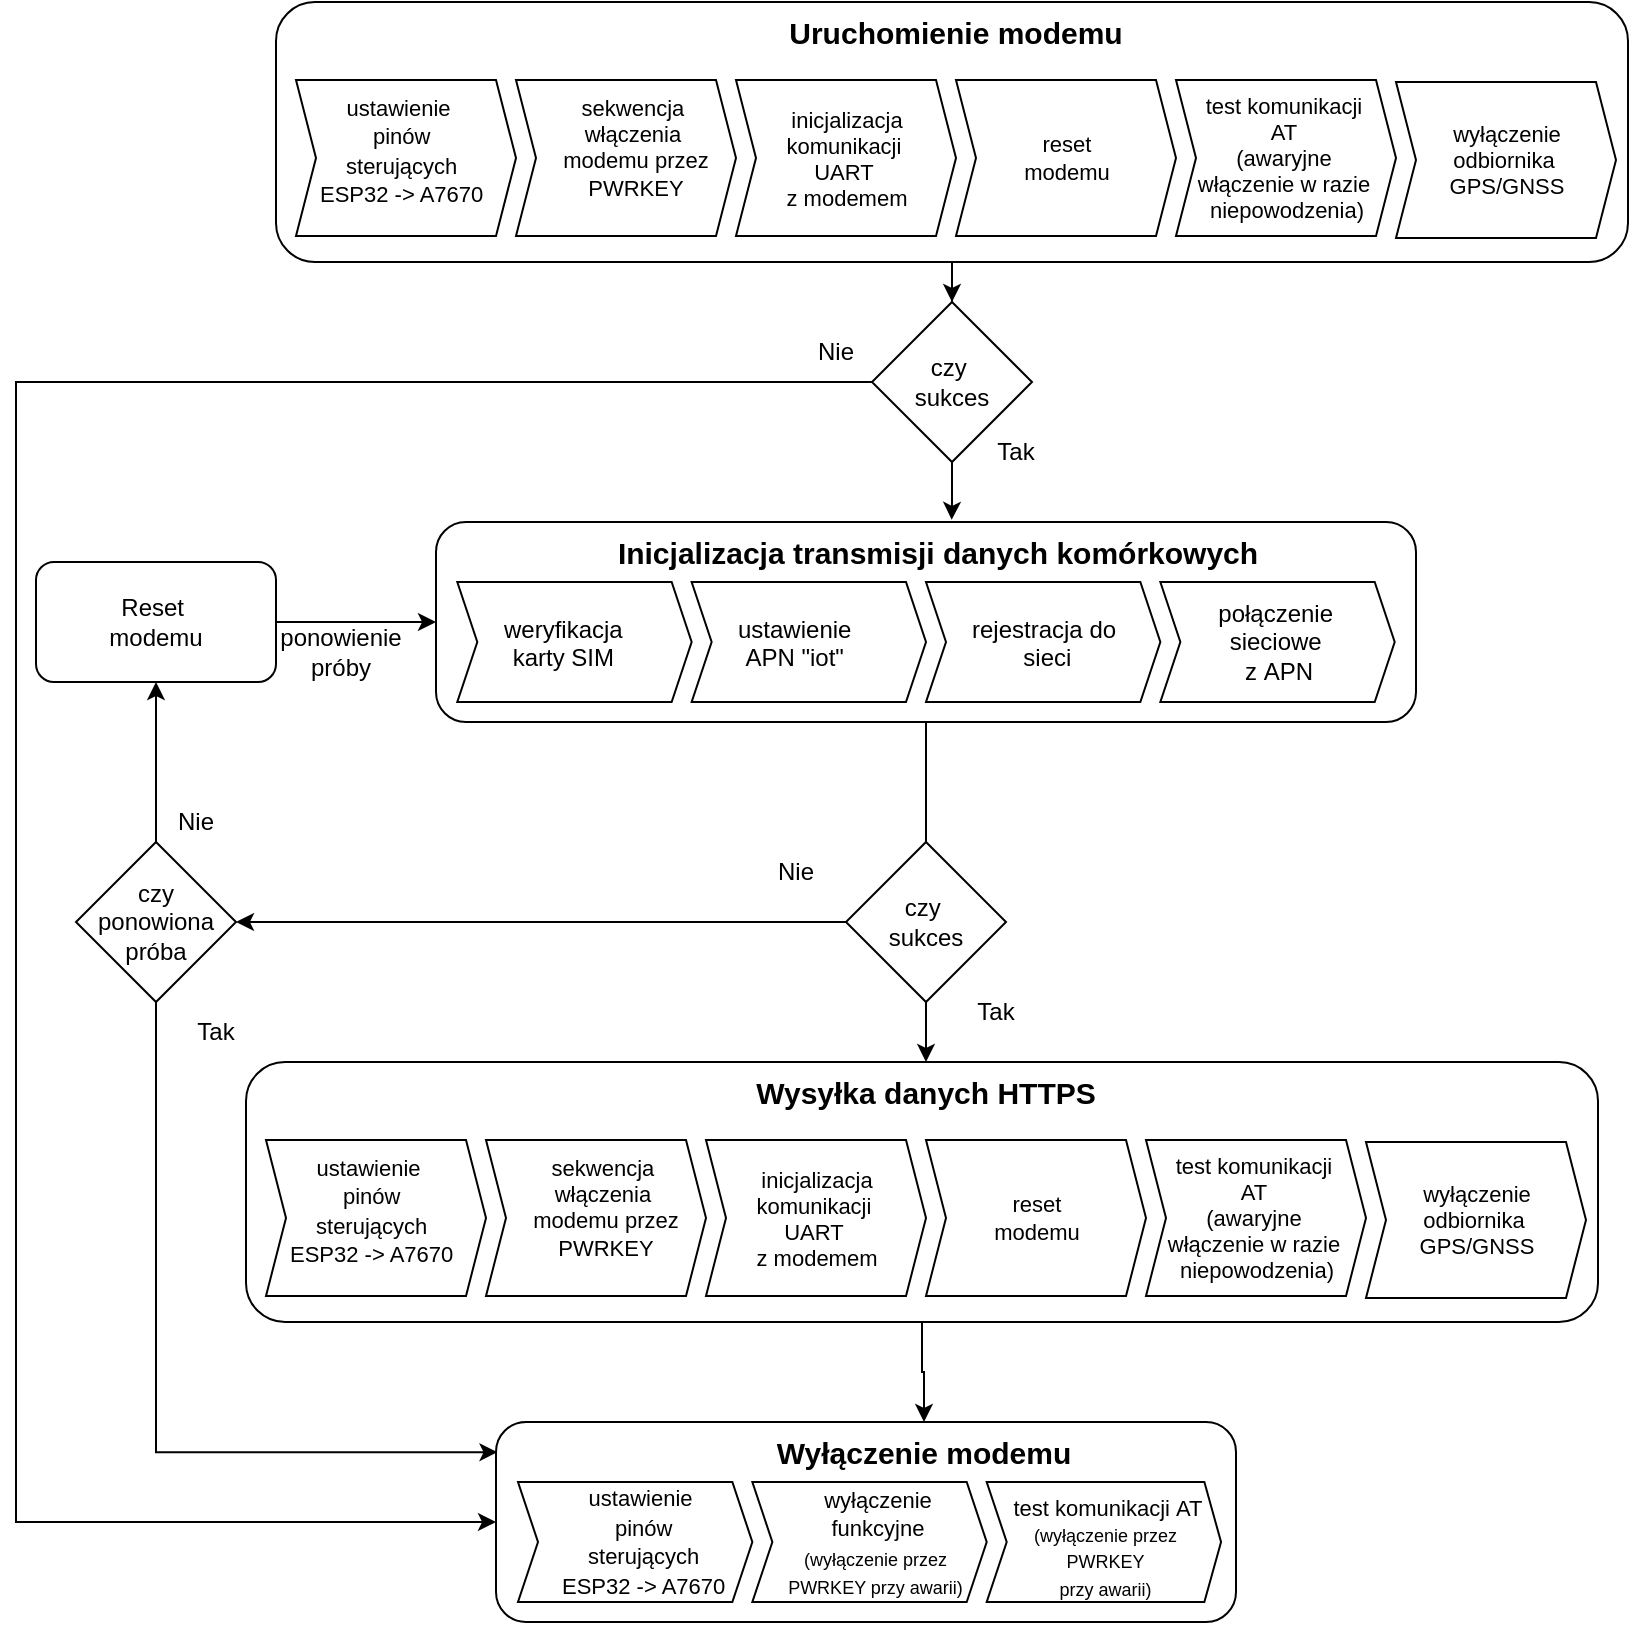
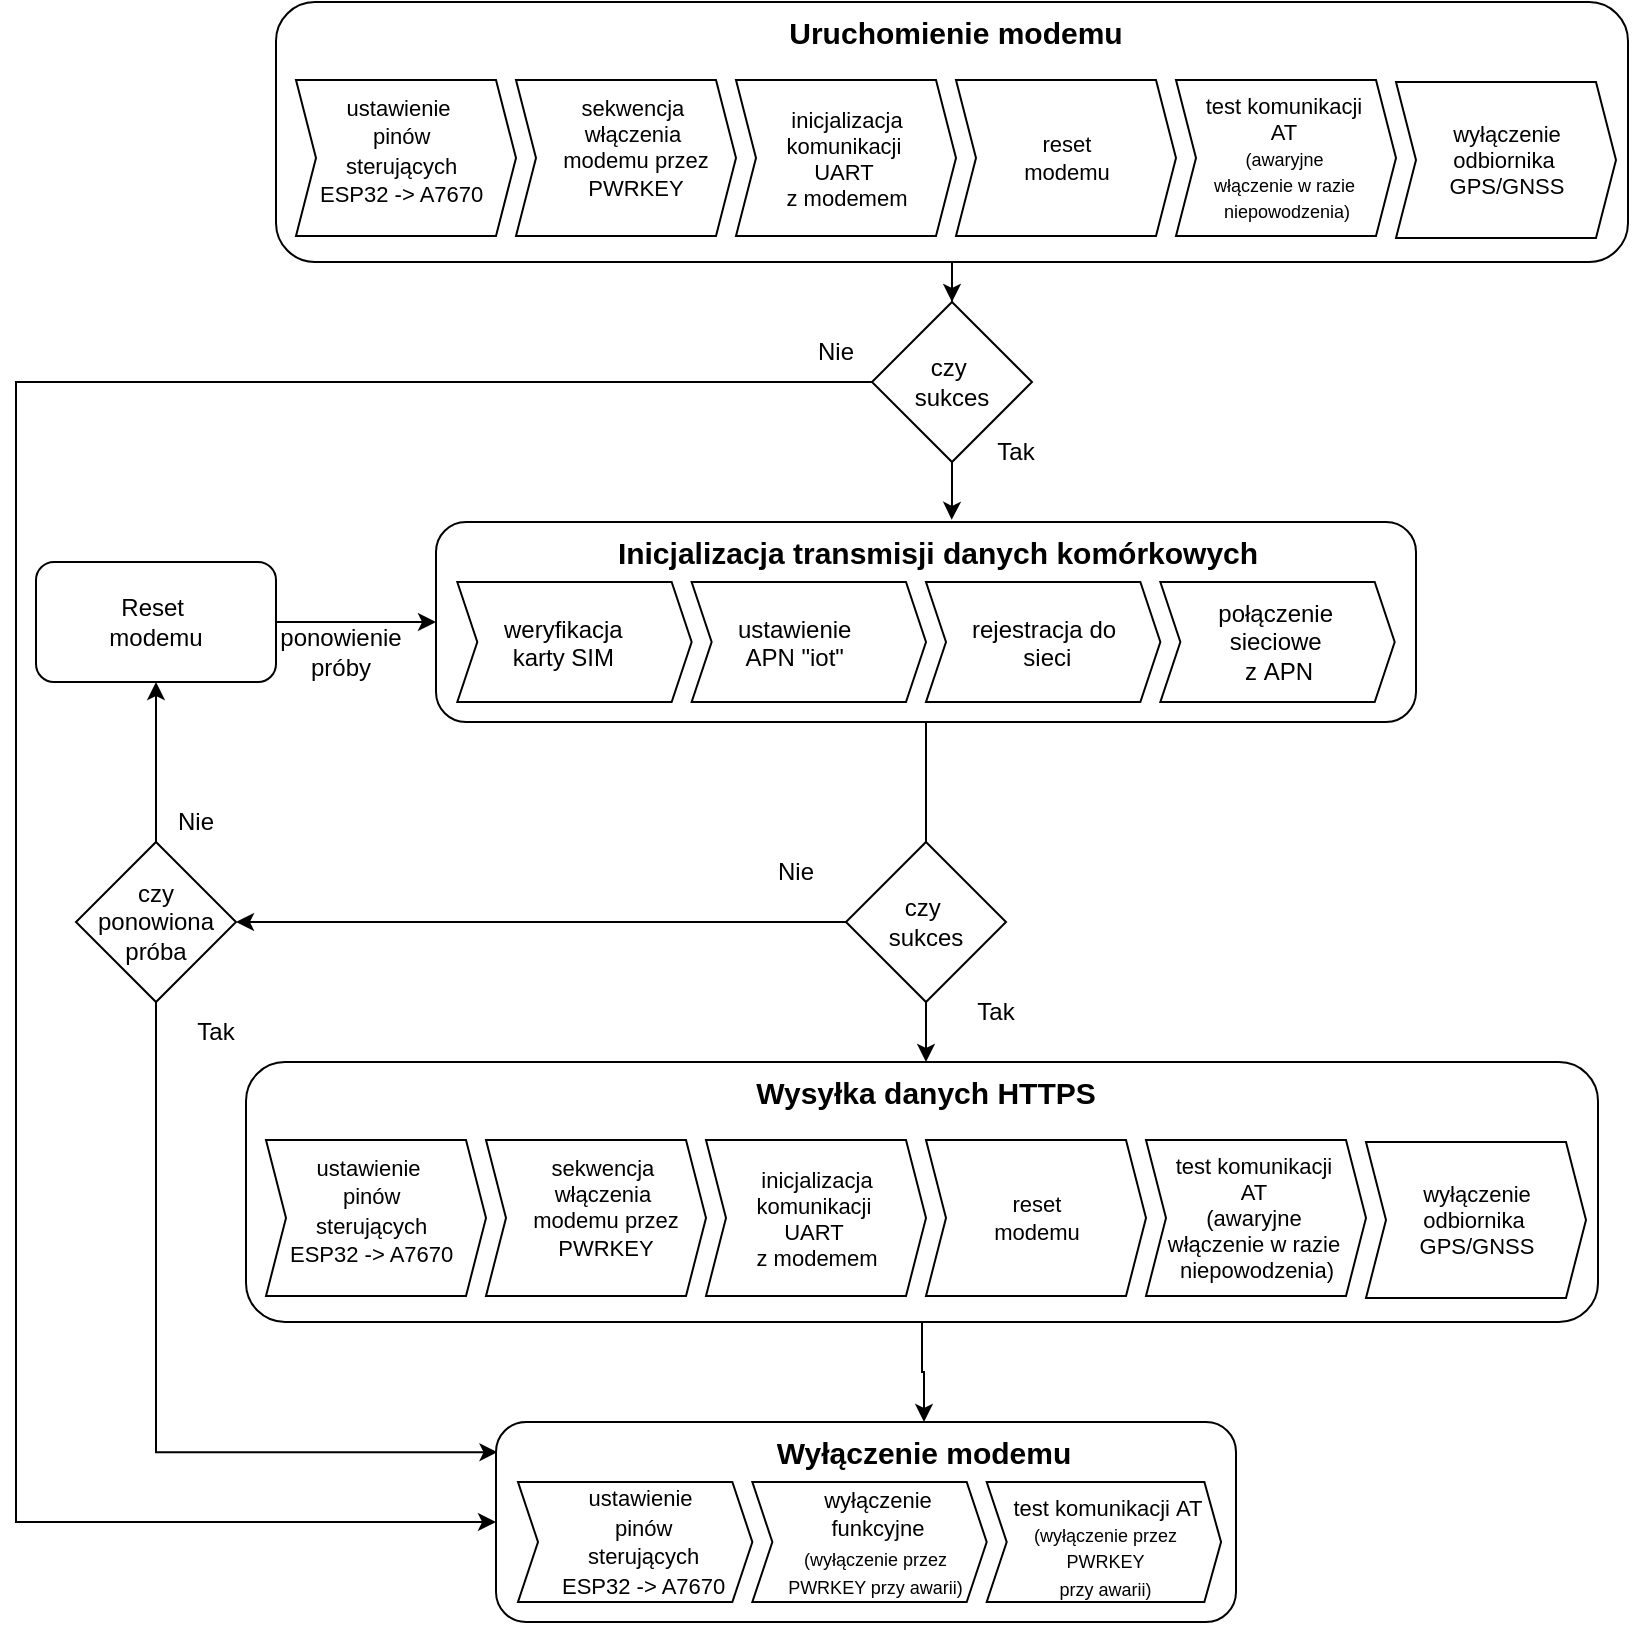
<mxfile host="app.diagrams.net">
  <diagram name="Strona-1" id="qUiWrLwNQSNPpPlMcjFA">
    <mxGraphModel dx="578" dy="1732" grid="1" gridSize="10" guides="1" tooltips="1" connect="1" arrows="1" fold="1" page="1" pageScale="1" pageWidth="827" pageHeight="1169" math="0" shadow="0">
      <root>
        <mxCell id="0" />
        <mxCell id="1" parent="0" />
        <mxCell id="zzqq1YDTvUKB0URQ00NY-44" connectable="0" parent="1" style="group" value="" vertex="1">
          <mxGeometry height="100" width="490.6521739130435" x="650" y="110" as="geometry" />
        </mxCell>
        <mxCell id="zzqq1YDTvUKB0URQ00NY-41" parent="zzqq1YDTvUKB0URQ00NY-44" style="rounded=1;whiteSpace=wrap;html=1;fillColor=none;" value="" vertex="1">
          <mxGeometry height="100" width="490.0000000000001" as="geometry" />
        </mxCell>
        <mxCell id="zzqq1YDTvUKB0URQ00NY-43" connectable="0" parent="zzqq1YDTvUKB0URQ00NY-44" style="group" value="" vertex="1">
          <mxGeometry height="90" width="480" x="10.65217391304348" as="geometry" />
        </mxCell>
        <mxCell id="zzqq1YDTvUKB0URQ00NY-32" parent="zzqq1YDTvUKB0URQ00NY-43" style="html=1;shadow=0;dashed=0;align=center;verticalAlign=middle;shape=mxgraph.arrows2.arrow;dy=0;dx=10;notch=10;" value="" vertex="1">
          <mxGeometry height="60" width="117.17391304347828" y="30" as="geometry" />
        </mxCell>
        <mxCell id="zzqq1YDTvUKB0URQ00NY-34" parent="zzqq1YDTvUKB0URQ00NY-43" style="text;whiteSpace=wrap;html=1;" value="&lt;span style=&quot;caret-color: rgb(0, 0, 0); color: rgb(0, 0, 0); font-family: Helvetica; font-size: 12.000001px; font-style: normal; font-variant-caps: normal; font-weight: 400; letter-spacing: normal; orphans: 2; text-align: center; text-indent: 0px; text-transform: none; white-space: nowrap; widows: 2; word-spacing: 0px; -webkit-text-stroke-width: 0px; text-decoration-line: none; text-decoration-thickness: auto; text-decoration-style: solid;&quot;&gt;weryfikacja&lt;/span&gt;&lt;div style=&quot;caret-color: rgb(0, 0, 0); color: rgb(0, 0, 0); font-family: Helvetica; font-size: 12.000001px; font-style: normal; font-variant-caps: normal; font-weight: 400; letter-spacing: normal; orphans: 2; text-align: center; text-indent: 0px; text-transform: none; white-space: nowrap; widows: 2; word-spacing: 0px; -webkit-text-stroke-width: 0px; text-decoration-line: none; text-decoration-thickness: auto; text-decoration-style: solid;&quot;&gt;karty SIM&lt;/div&gt;" vertex="1">
          <mxGeometry height="50" width="95.86956521739131" x="21.30434782608696" y="40" as="geometry" />
        </mxCell>
        <mxCell id="zzqq1YDTvUKB0URQ00NY-35" parent="zzqq1YDTvUKB0URQ00NY-43" style="html=1;shadow=0;dashed=0;align=center;verticalAlign=middle;shape=mxgraph.arrows2.arrow;dy=0;dx=10;notch=10;" value="" vertex="1">
          <mxGeometry height="60" width="117.17391304347828" x="117.17391304347828" y="30" as="geometry" />
        </mxCell>
        <mxCell id="zzqq1YDTvUKB0URQ00NY-36" parent="zzqq1YDTvUKB0URQ00NY-43" style="text;whiteSpace=wrap;html=1;" value="&lt;div style=&quot;text-align: center;&quot;&gt;&lt;span style=&quot;font-size: 12px; caret-color: rgb(0, 0, 0); text-wrap-mode: nowrap;&quot;&gt;&lt;font color=&quot;#000000&quot;&gt;ustawienie&lt;/font&gt;&lt;/span&gt;&lt;/div&gt;&lt;div style=&quot;text-align: center;&quot;&gt;&lt;span style=&quot;font-size: 12px; caret-color: rgb(0, 0, 0); text-wrap-mode: nowrap;&quot;&gt;&lt;font color=&quot;#000000&quot;&gt;APN&amp;nbsp;&lt;/font&gt;&lt;/span&gt;&lt;span style=&quot;font-size: 12px; white-space: nowrap;&quot;&gt;&quot;iot&quot;&lt;/span&gt;&lt;/div&gt;" vertex="1">
          <mxGeometry height="50" width="95.86956521739131" x="138.47826086956525" y="40" as="geometry" />
        </mxCell>
        <mxCell id="zzqq1YDTvUKB0URQ00NY-37" parent="zzqq1YDTvUKB0URQ00NY-43" style="html=1;shadow=0;dashed=0;align=center;verticalAlign=middle;shape=mxgraph.arrows2.arrow;dy=0;dx=10;notch=10;" value="" vertex="1">
          <mxGeometry height="60" width="117.17391304347828" x="234.34782608695656" y="30" as="geometry" />
        </mxCell>
        <mxCell id="zzqq1YDTvUKB0URQ00NY-38" parent="zzqq1YDTvUKB0URQ00NY-43" style="text;whiteSpace=wrap;html=1;" value="&lt;div style=&quot;text-align: center;&quot;&gt;&lt;span style=&quot;caret-color: rgb(0, 0, 0); text-wrap-mode: nowrap;&quot;&gt;rejestracja do&amp;nbsp;&lt;/span&gt;&lt;/div&gt;&lt;div style=&quot;text-align: center;&quot;&gt;&lt;span style=&quot;caret-color: rgb(0, 0, 0); text-wrap-mode: nowrap;&quot;&gt;sieci&lt;/span&gt;&lt;/div&gt;" vertex="1">
          <mxGeometry height="50" width="95.86956521739131" x="255.6521739130435" y="40" as="geometry" />
        </mxCell>
        <mxCell id="zzqq1YDTvUKB0URQ00NY-39" parent="zzqq1YDTvUKB0URQ00NY-43" style="html=1;shadow=0;dashed=0;align=center;verticalAlign=middle;shape=mxgraph.arrows2.arrow;dy=0;dx=10;notch=10;" value="połączenie&amp;nbsp;&lt;div&gt;sieciowe&amp;nbsp;&lt;/div&gt;&lt;div&gt;z&amp;nbsp;&lt;span style=&quot;font-size: 12px;&quot;&gt;APN&lt;/span&gt;&lt;/div&gt;" vertex="1">
          <mxGeometry height="60" width="117.17391304347828" x="351.52173913043487" y="30" as="geometry" />
        </mxCell>
        <mxCell id="zzqq1YDTvUKB0URQ00NY-42" parent="zzqq1YDTvUKB0URQ00NY-43" style="text;whiteSpace=wrap;html=1;align=center;" value="&lt;div style=&quot;&quot;&gt;&lt;span style=&quot;&quot;&gt;&lt;b&gt;&lt;font style=&quot;font-size: 15px;&quot;&gt;Inicjalizacja transmisji danych komórkowych&lt;/font&gt;&lt;/b&gt;&lt;/span&gt;&lt;br&gt;&lt;/div&gt;" vertex="1">
          <mxGeometry height="50" width="480" as="geometry" />
        </mxCell>
        <mxCell id="zzqq1YDTvUKB0URQ00NY-64" connectable="0" parent="1" style="group" value="" vertex="1">
          <mxGeometry height="130" width="680" x="570" y="-150" as="geometry" />
        </mxCell>
        <mxCell id="zzqq1YDTvUKB0URQ00NY-47" parent="zzqq1YDTvUKB0URQ00NY-64" style="rounded=1;whiteSpace=wrap;html=1;fillColor=none;" value="" vertex="1">
          <mxGeometry height="130" width="676" as="geometry" />
        </mxCell>
        <mxCell id="zzqq1YDTvUKB0URQ00NY-63" connectable="0" parent="zzqq1YDTvUKB0URQ00NY-64" style="group" value="" vertex="1">
          <mxGeometry height="118" width="670" x="10" as="geometry" />
        </mxCell>
        <mxCell id="zzqq1YDTvUKB0URQ00NY-48" connectable="0" parent="zzqq1YDTvUKB0URQ00NY-63" style="group" value="" vertex="1">
          <mxGeometry height="117" width="670" as="geometry" />
        </mxCell>
        <mxCell id="zzqq1YDTvUKB0URQ00NY-49" parent="zzqq1YDTvUKB0URQ00NY-48" style="html=1;shadow=0;dashed=0;align=center;verticalAlign=middle;shape=mxgraph.arrows2.arrow;dy=0;dx=10;notch=10;" value="" vertex="1">
          <mxGeometry height="78" width="110" y="39" as="geometry" />
        </mxCell>
        <mxCell id="zzqq1YDTvUKB0URQ00NY-51" parent="zzqq1YDTvUKB0URQ00NY-48" style="html=1;shadow=0;dashed=0;align=center;verticalAlign=middle;shape=mxgraph.arrows2.arrow;dy=0;dx=10;notch=10;" value="" vertex="1">
          <mxGeometry height="78" width="110" x="110" y="39" as="geometry" />
        </mxCell>
        <mxCell id="zzqq1YDTvUKB0URQ00NY-52" parent="zzqq1YDTvUKB0URQ00NY-48" style="text;whiteSpace=wrap;html=1;fontSize=11;align=center;" value="&lt;div style=&quot;&quot;&gt;&lt;span style=&quot;caret-color: rgb(0, 0, 0); text-wrap-mode: nowrap;&quot;&gt;sekwencja&amp;nbsp;&lt;/span&gt;&lt;/div&gt;&lt;div style=&quot;&quot;&gt;&lt;span style=&quot;caret-color: rgb(0, 0, 0); text-wrap-mode: nowrap;&quot;&gt;włączenia&amp;nbsp;&lt;/span&gt;&lt;/div&gt;&lt;div style=&quot;&quot;&gt;&lt;span style=&quot;caret-color: rgb(0, 0, 0); text-wrap-mode: nowrap;&quot;&gt;modemu przez&lt;/span&gt;&lt;/div&gt;&lt;div style=&quot;&quot;&gt;&lt;span style=&quot;caret-color: rgb(0, 0, 0); text-wrap-mode: nowrap;&quot;&gt;PWRKEY&lt;/span&gt;&lt;/div&gt;&lt;div style=&quot;&quot;&gt;&lt;span style=&quot;caret-color: rgb(0, 0, 0); text-wrap-mode: nowrap;&quot;&gt;&lt;br&gt;&lt;/span&gt;&lt;/div&gt;&lt;div style=&quot;&quot;&gt;&lt;br&gt;&lt;/div&gt;" vertex="1">
          <mxGeometry height="77" width="120" x="110" y="40" as="geometry" />
        </mxCell>
        <mxCell id="zzqq1YDTvUKB0URQ00NY-53" parent="zzqq1YDTvUKB0URQ00NY-48" style="html=1;shadow=0;dashed=0;align=center;verticalAlign=middle;shape=mxgraph.arrows2.arrow;dy=0;dx=10;notch=10;" value="&lt;span style=&quot;font-size: 11px; float: none; display: inline !important; caret-color: rgb(0, 0, 0); color: rgb(0, 0, 0); text-decoration-color: currentcolor;&quot;&gt;inicjalizacja&lt;/span&gt;&lt;div style=&quot;font-size: 11px; white-space: normal; caret-color: rgb(0, 0, 0); color: rgb(0, 0, 0);&quot;&gt;&lt;span style=&quot;text-wrap-mode: nowrap;&quot;&gt;komunikacji&amp;nbsp;&lt;/span&gt;&lt;/div&gt;&lt;div style=&quot;font-size: 11px; white-space: normal; caret-color: rgb(0, 0, 0); color: rgb(0, 0, 0);&quot;&gt;&lt;span style=&quot;text-wrap-mode: nowrap;&quot;&gt;UART&amp;nbsp;&lt;/span&gt;&lt;/div&gt;&lt;div style=&quot;font-size: 11px; white-space: normal; caret-color: rgb(0, 0, 0); color: rgb(0, 0, 0);&quot;&gt;&lt;span style=&quot;text-wrap-mode: nowrap;&quot;&gt;z modemem&lt;/span&gt;&lt;/div&gt;" vertex="1">
          <mxGeometry height="78" width="110" x="220" y="39" as="geometry" />
        </mxCell>
        <mxCell id="zzqq1YDTvUKB0URQ00NY-55" parent="zzqq1YDTvUKB0URQ00NY-48" style="html=1;shadow=0;dashed=0;align=center;verticalAlign=middle;shape=mxgraph.arrows2.arrow;dy=0;dx=10;notch=10;fontSize=11;labelBackgroundColor=none;" value="reset&lt;div&gt;modemu&lt;/div&gt;" vertex="1">
          <mxGeometry height="78" width="110" x="330" y="39" as="geometry" />
        </mxCell>
        <mxCell id="zzqq1YDTvUKB0URQ00NY-56" parent="zzqq1YDTvUKB0URQ00NY-48" style="text;whiteSpace=wrap;html=1;align=center;" value="&lt;div style=&quot;&quot;&gt;&lt;b&gt;&lt;font style=&quot;font-size: 15px;&quot;&gt;Uruchomienie modemu&lt;/font&gt;&lt;/b&gt;&lt;/div&gt;" vertex="1">
          <mxGeometry height="65" width="680" x="-10" as="geometry" />
        </mxCell>
        <mxCell id="zzqq1YDTvUKB0URQ00NY-50" parent="zzqq1YDTvUKB0URQ00NY-48" style="text;whiteSpace=wrap;html=1;" value="&lt;div style=&quot;text-align: center;&quot;&gt;&lt;span style=&quot;text-wrap-mode: nowrap;&quot;&gt;&lt;font style=&quot;font-size: 11px;&quot;&gt;ustawienie&amp;nbsp;&lt;/font&gt;&lt;/span&gt;&lt;/div&gt;&lt;div style=&quot;text-align: center;&quot;&gt;&lt;span style=&quot;text-wrap-mode: nowrap;&quot;&gt;&lt;font style=&quot;font-size: 11px;&quot;&gt;pinów&lt;/font&gt;&lt;/span&gt;&lt;/div&gt;&lt;div style=&quot;text-align: center;&quot;&gt;&lt;span style=&quot;text-wrap-mode: nowrap;&quot;&gt;&lt;font style=&quot;font-size: 11px;&quot;&gt;&amp;nbsp;sterujących&amp;nbsp;&lt;/font&gt;&lt;/span&gt;&lt;/div&gt;&lt;div style=&quot;text-align: center;&quot;&gt;&lt;span style=&quot;font-size: 11px; text-wrap-mode: nowrap;&quot;&gt;ESP32 -&amp;gt; A7670&lt;/span&gt;&lt;/div&gt;&lt;div style=&quot;text-align: center;&quot;&gt;&lt;span style=&quot;text-wrap-mode: nowrap;&quot;&gt;&lt;br&gt;&lt;/span&gt;&lt;/div&gt;" vertex="1">
          <mxGeometry height="65" width="90" x="10" y="39" as="geometry" />
        </mxCell>
-         <mxCell id="zzqq1YDTvUKB0URQ00NY-58" parent="zzqq1YDTvUKB0URQ00NY-63" style="html=1;shadow=0;dashed=0;align=center;verticalAlign=middle;shape=mxgraph.arrows2.arrow;dy=0;dx=10;notch=10;fontSize=11;" value="test komunikacji&amp;nbsp;&lt;div&gt;AT&amp;nbsp;&lt;div&gt;(awaryjne&amp;nbsp;&lt;/div&gt;&lt;div&gt;włączenie w razie&amp;nbsp;&lt;/div&gt;&lt;div&gt;niepowodzenia)&lt;/div&gt;&lt;/div&gt;" vertex="1">
+         <mxCell id="zzqq1YDTvUKB0URQ00NY-58" parent="zzqq1YDTvUKB0URQ00NY-63" style="html=1;shadow=0;dashed=0;align=center;verticalAlign=middle;shape=mxgraph.arrows2.arrow;dy=0;dx=10;notch=10;fontSize=11;" value="test komunikacji&amp;nbsp;&lt;div&gt;AT&amp;nbsp;&lt;div&gt;&lt;font style=&quot;font-size: 9px;&quot;&gt;(awaryjne&amp;nbsp;&lt;/font&gt;&lt;/div&gt;&lt;div&gt;&lt;font style=&quot;font-size: 9px;&quot;&gt;włączenie w razie&amp;nbsp;&lt;/font&gt;&lt;/div&gt;&lt;div&gt;&lt;font style=&quot;font-size: 9px;&quot;&gt;niepowodzenia)&lt;/font&gt;&lt;/div&gt;&lt;/div&gt;" vertex="1">
          <mxGeometry height="78" width="110" x="440" y="39" as="geometry" />
        </mxCell>
        <mxCell id="zzqq1YDTvUKB0URQ00NY-59" parent="zzqq1YDTvUKB0URQ00NY-63" style="html=1;shadow=0;dashed=0;align=center;verticalAlign=middle;shape=mxgraph.arrows2.arrow;dy=0;dx=10;notch=10;fontSize=11;" value="wyłączenie&lt;div&gt;odbiornika&amp;nbsp;&lt;/div&gt;&lt;div&gt;GPS/GNSS&lt;/div&gt;" vertex="1">
          <mxGeometry height="78" width="110" x="550" y="40" as="geometry" />
        </mxCell>
        <mxCell id="zzqq1YDTvUKB0URQ00NY-69" edge="1" parent="1" source="zzqq1YDTvUKB0URQ00NY-65" style="edgeStyle=orthogonalEdgeStyle;rounded=0;orthogonalLoop=1;jettySize=auto;html=1;fontSize=13;entryX=0.515;entryY=-0.022;entryDx=0;entryDy=0;entryPerimeter=0;" target="zzqq1YDTvUKB0URQ00NY-42" value="">
          <mxGeometry relative="1" as="geometry" />
        </mxCell>
        <mxCell id="zzqq1YDTvUKB0URQ00NY-126" edge="1" parent="1" source="zzqq1YDTvUKB0URQ00NY-65" style="edgeStyle=orthogonalEdgeStyle;rounded=0;orthogonalLoop=1;jettySize=auto;html=1;entryX=0;entryY=0.5;entryDx=0;entryDy=0;" target="zzqq1YDTvUKB0URQ00NY-73">
          <mxGeometry relative="1" as="geometry">
            <Array as="points">
              <mxPoint x="440" y="40" />
              <mxPoint x="440" y="610" />
            </Array>
            <mxPoint x="430" y="730" as="targetPoint" />
          </mxGeometry>
        </mxCell>
        <mxCell id="zzqq1YDTvUKB0URQ00NY-65" parent="1" style="rhombus;whiteSpace=wrap;html=1;" value="czy&amp;nbsp;&lt;div&gt;sukces&lt;/div&gt;" vertex="1">
          <mxGeometry height="80" width="80" x="868" as="geometry" />
        </mxCell>
        <mxCell id="zzqq1YDTvUKB0URQ00NY-66" parent="1" style="text;html=1;whiteSpace=wrap;strokeColor=none;fillColor=none;align=center;verticalAlign=middle;rounded=0;" value="Nie" vertex="1">
          <mxGeometry height="30" width="60" x="820" y="10" as="geometry" />
        </mxCell>
        <mxCell id="zzqq1YDTvUKB0URQ00NY-94" parent="1" style="text;html=1;whiteSpace=wrap;strokeColor=none;fillColor=none;align=center;verticalAlign=middle;rounded=0;" value="Tak" vertex="1">
          <mxGeometry height="30" width="60" x="910" y="60" as="geometry" />
        </mxCell>
        <mxCell id="zzqq1YDTvUKB0URQ00NY-95" connectable="0" parent="1" style="group" value="" vertex="1">
          <mxGeometry height="130" width="680" x="555" y="380" as="geometry" />
        </mxCell>
        <mxCell id="zzqq1YDTvUKB0URQ00NY-96" parent="zzqq1YDTvUKB0URQ00NY-95" style="rounded=1;whiteSpace=wrap;html=1;fillColor=none;" value="" vertex="1">
          <mxGeometry height="130" width="676" as="geometry" />
        </mxCell>
        <mxCell id="zzqq1YDTvUKB0URQ00NY-97" connectable="0" parent="zzqq1YDTvUKB0URQ00NY-95" style="group" value="" vertex="1">
          <mxGeometry height="118" width="670" x="10" as="geometry" />
        </mxCell>
        <mxCell id="zzqq1YDTvUKB0URQ00NY-98" connectable="0" parent="zzqq1YDTvUKB0URQ00NY-97" style="group" value="" vertex="1">
          <mxGeometry height="117" width="670" as="geometry" />
        </mxCell>
        <mxCell id="zzqq1YDTvUKB0URQ00NY-99" parent="zzqq1YDTvUKB0URQ00NY-98" style="html=1;shadow=0;dashed=0;align=center;verticalAlign=middle;shape=mxgraph.arrows2.arrow;dy=0;dx=10;notch=10;" value="" vertex="1">
          <mxGeometry height="78" width="110" y="39" as="geometry" />
        </mxCell>
        <mxCell id="zzqq1YDTvUKB0URQ00NY-100" parent="zzqq1YDTvUKB0URQ00NY-98" style="html=1;shadow=0;dashed=0;align=center;verticalAlign=middle;shape=mxgraph.arrows2.arrow;dy=0;dx=10;notch=10;" value="" vertex="1">
          <mxGeometry height="78" width="110" x="110" y="39" as="geometry" />
        </mxCell>
        <mxCell id="zzqq1YDTvUKB0URQ00NY-101" parent="zzqq1YDTvUKB0URQ00NY-98" style="text;whiteSpace=wrap;html=1;fontSize=11;align=center;" value="&lt;div style=&quot;&quot;&gt;&lt;span style=&quot;caret-color: rgb(0, 0, 0); text-wrap-mode: nowrap;&quot;&gt;sekwencja&amp;nbsp;&lt;/span&gt;&lt;/div&gt;&lt;div style=&quot;&quot;&gt;&lt;span style=&quot;caret-color: rgb(0, 0, 0); text-wrap-mode: nowrap;&quot;&gt;włączenia&amp;nbsp;&lt;/span&gt;&lt;/div&gt;&lt;div style=&quot;&quot;&gt;&lt;span style=&quot;caret-color: rgb(0, 0, 0); text-wrap-mode: nowrap;&quot;&gt;modemu przez&lt;/span&gt;&lt;/div&gt;&lt;div style=&quot;&quot;&gt;&lt;span style=&quot;caret-color: rgb(0, 0, 0); text-wrap-mode: nowrap;&quot;&gt;PWRKEY&lt;/span&gt;&lt;/div&gt;&lt;div style=&quot;&quot;&gt;&lt;span style=&quot;caret-color: rgb(0, 0, 0); text-wrap-mode: nowrap;&quot;&gt;&lt;br&gt;&lt;/span&gt;&lt;/div&gt;&lt;div style=&quot;&quot;&gt;&lt;br&gt;&lt;/div&gt;" vertex="1">
          <mxGeometry height="77" width="120" x="110" y="40" as="geometry" />
        </mxCell>
        <mxCell id="zzqq1YDTvUKB0URQ00NY-102" parent="zzqq1YDTvUKB0URQ00NY-98" style="html=1;shadow=0;dashed=0;align=center;verticalAlign=middle;shape=mxgraph.arrows2.arrow;dy=0;dx=10;notch=10;" value="&lt;span style=&quot;font-size: 11px; float: none; display: inline !important; caret-color: rgb(0, 0, 0); color: rgb(0, 0, 0); text-decoration-color: currentcolor;&quot;&gt;inicjalizacja&lt;/span&gt;&lt;div style=&quot;font-size: 11px; white-space: normal; caret-color: rgb(0, 0, 0); color: rgb(0, 0, 0);&quot;&gt;&lt;span style=&quot;text-wrap-mode: nowrap;&quot;&gt;komunikacji&amp;nbsp;&lt;/span&gt;&lt;/div&gt;&lt;div style=&quot;font-size: 11px; white-space: normal; caret-color: rgb(0, 0, 0); color: rgb(0, 0, 0);&quot;&gt;&lt;span style=&quot;text-wrap-mode: nowrap;&quot;&gt;UART&amp;nbsp;&lt;/span&gt;&lt;/div&gt;&lt;div style=&quot;font-size: 11px; white-space: normal; caret-color: rgb(0, 0, 0); color: rgb(0, 0, 0);&quot;&gt;&lt;span style=&quot;text-wrap-mode: nowrap;&quot;&gt;z modemem&lt;/span&gt;&lt;/div&gt;" vertex="1">
          <mxGeometry height="78" width="110" x="220" y="39" as="geometry" />
        </mxCell>
        <mxCell id="zzqq1YDTvUKB0URQ00NY-103" parent="zzqq1YDTvUKB0URQ00NY-98" style="html=1;shadow=0;dashed=0;align=center;verticalAlign=middle;shape=mxgraph.arrows2.arrow;dy=0;dx=10;notch=10;fontSize=11;labelBackgroundColor=none;" value="reset&lt;div&gt;modemu&lt;/div&gt;" vertex="1">
          <mxGeometry height="78" width="110" x="330" y="39" as="geometry" />
        </mxCell>
        <mxCell id="zzqq1YDTvUKB0URQ00NY-104" parent="zzqq1YDTvUKB0URQ00NY-98" style="text;whiteSpace=wrap;html=1;align=center;" value="&lt;div style=&quot;&quot;&gt;&lt;b&gt;&lt;font style=&quot;font-size: 15px;&quot;&gt;Wysyłka danych HTTPS&lt;/font&gt;&lt;/b&gt;&lt;/div&gt;" vertex="1">
          <mxGeometry height="65" width="680" x="-10" as="geometry" />
        </mxCell>
        <mxCell id="zzqq1YDTvUKB0URQ00NY-105" parent="zzqq1YDTvUKB0URQ00NY-98" style="text;whiteSpace=wrap;html=1;" value="&lt;div style=&quot;text-align: center;&quot;&gt;&lt;span style=&quot;text-wrap-mode: nowrap;&quot;&gt;&lt;font style=&quot;font-size: 11px;&quot;&gt;ustawienie&amp;nbsp;&lt;/font&gt;&lt;/span&gt;&lt;/div&gt;&lt;div style=&quot;text-align: center;&quot;&gt;&lt;span style=&quot;text-wrap-mode: nowrap;&quot;&gt;&lt;font style=&quot;font-size: 11px;&quot;&gt;pinów&lt;/font&gt;&lt;/span&gt;&lt;/div&gt;&lt;div style=&quot;text-align: center;&quot;&gt;&lt;span style=&quot;text-wrap-mode: nowrap;&quot;&gt;&lt;font style=&quot;font-size: 11px;&quot;&gt;&amp;nbsp;sterujących&amp;nbsp;&lt;/font&gt;&lt;/span&gt;&lt;/div&gt;&lt;div style=&quot;text-align: center;&quot;&gt;&lt;span style=&quot;font-size: 11px; text-wrap-mode: nowrap;&quot;&gt;ESP32 -&amp;gt; A7670&lt;/span&gt;&lt;/div&gt;&lt;div style=&quot;text-align: center;&quot;&gt;&lt;span style=&quot;text-wrap-mode: nowrap;&quot;&gt;&lt;br&gt;&lt;/span&gt;&lt;/div&gt;" vertex="1">
          <mxGeometry height="65" width="90" x="10" y="39" as="geometry" />
        </mxCell>
        <mxCell id="zzqq1YDTvUKB0URQ00NY-106" parent="zzqq1YDTvUKB0URQ00NY-97" style="html=1;shadow=0;dashed=0;align=center;verticalAlign=middle;shape=mxgraph.arrows2.arrow;dy=0;dx=10;notch=10;fontSize=11;" value="test komunikacji&amp;nbsp;&lt;div&gt;AT&amp;nbsp;&lt;div&gt;(awaryjne&amp;nbsp;&lt;/div&gt;&lt;div&gt;włączenie w razie&amp;nbsp;&lt;/div&gt;&lt;div&gt;niepowodzenia)&lt;/div&gt;&lt;/div&gt;" vertex="1">
          <mxGeometry height="78" width="110" x="440" y="39" as="geometry" />
        </mxCell>
        <mxCell id="zzqq1YDTvUKB0URQ00NY-107" parent="zzqq1YDTvUKB0URQ00NY-97" style="html=1;shadow=0;dashed=0;align=center;verticalAlign=middle;shape=mxgraph.arrows2.arrow;dy=0;dx=10;notch=10;fontSize=11;" value="wyłączenie&lt;div&gt;odbiornika&amp;nbsp;&lt;/div&gt;&lt;div&gt;GPS/GNSS&lt;/div&gt;" vertex="1">
          <mxGeometry height="78" width="110" x="550" y="40" as="geometry" />
        </mxCell>
        <mxCell id="zzqq1YDTvUKB0URQ00NY-108" edge="1" parent="1" source="zzqq1YDTvUKB0URQ00NY-41" style="edgeStyle=orthogonalEdgeStyle;rounded=0;orthogonalLoop=1;jettySize=auto;html=1;entryX=0.5;entryY=0;entryDx=0;entryDy=0;exitX=0.5;exitY=1;exitDx=0;exitDy=0;" target="zzqq1YDTvUKB0URQ00NY-104">
          <mxGeometry relative="1" as="geometry" />
        </mxCell>
        <mxCell id="zzqq1YDTvUKB0URQ00NY-119" edge="1" parent="1" source="zzqq1YDTvUKB0URQ00NY-109" style="edgeStyle=orthogonalEdgeStyle;rounded=0;orthogonalLoop=1;jettySize=auto;html=1;" target="zzqq1YDTvUKB0URQ00NY-115">
          <mxGeometry relative="1" as="geometry" />
        </mxCell>
        <mxCell id="zzqq1YDTvUKB0URQ00NY-109" parent="1" style="rhombus;whiteSpace=wrap;html=1;" value="czy&amp;nbsp;&lt;div&gt;sukces&lt;/div&gt;" vertex="1">
          <mxGeometry height="80" width="80" x="855" y="270" as="geometry" />
        </mxCell>
        <mxCell id="zzqq1YDTvUKB0URQ00NY-110" parent="1" style="text;html=1;whiteSpace=wrap;strokeColor=none;fillColor=none;align=center;verticalAlign=middle;rounded=0;" value="Tak" vertex="1">
          <mxGeometry height="30" width="60" x="900" y="340" as="geometry" />
        </mxCell>
        <mxCell id="zzqq1YDTvUKB0URQ00NY-111" parent="1" style="text;html=1;whiteSpace=wrap;strokeColor=none;fillColor=none;align=center;verticalAlign=middle;rounded=0;" value="Nie" vertex="1">
          <mxGeometry height="30" width="60" x="800" y="270" as="geometry" />
        </mxCell>
        <mxCell id="zzqq1YDTvUKB0URQ00NY-121" edge="1" parent="1" source="zzqq1YDTvUKB0URQ00NY-113" style="edgeStyle=orthogonalEdgeStyle;rounded=0;orthogonalLoop=1;jettySize=auto;html=1;entryX=0;entryY=0.5;entryDx=0;entryDy=0;" target="zzqq1YDTvUKB0URQ00NY-41" value="">
          <mxGeometry relative="1" as="geometry" />
        </mxCell>
        <mxCell id="zzqq1YDTvUKB0URQ00NY-113" parent="1" style="rounded=1;whiteSpace=wrap;html=1;" value="Reset&amp;nbsp;&lt;div&gt;modemu&lt;/div&gt;" vertex="1">
          <mxGeometry height="60" width="120" x="450" y="130" as="geometry" />
        </mxCell>
        <mxCell id="zzqq1YDTvUKB0URQ00NY-114" edge="1" parent="1" source="zzqq1YDTvUKB0URQ00NY-115" style="edgeStyle=orthogonalEdgeStyle;rounded=0;orthogonalLoop=1;jettySize=auto;html=1;" target="zzqq1YDTvUKB0URQ00NY-113" value="">
          <mxGeometry relative="1" as="geometry" />
        </mxCell>
        <mxCell id="zzqq1YDTvUKB0URQ00NY-122" edge="1" parent="1" source="zzqq1YDTvUKB0URQ00NY-115" style="edgeStyle=orthogonalEdgeStyle;rounded=0;orthogonalLoop=1;jettySize=auto;html=1;entryX=0.002;entryY=0.151;entryDx=0;entryDy=0;entryPerimeter=0;" target="zzqq1YDTvUKB0URQ00NY-73">
          <mxGeometry relative="1" as="geometry">
            <Array as="points">
              <mxPoint x="510" y="575" />
            </Array>
          </mxGeometry>
        </mxCell>
        <mxCell id="zzqq1YDTvUKB0URQ00NY-115" parent="1" style="rhombus;whiteSpace=wrap;html=1;" value="czy ponowiona próba" vertex="1">
          <mxGeometry height="80" width="80" x="470" y="270" as="geometry" />
        </mxCell>
        <mxCell id="zzqq1YDTvUKB0URQ00NY-116" parent="1" style="text;html=1;whiteSpace=wrap;strokeColor=none;fillColor=none;align=center;verticalAlign=middle;rounded=0;" value="Nie" vertex="1">
          <mxGeometry height="30" width="60" x="500" y="245" as="geometry" />
        </mxCell>
        <mxCell id="zzqq1YDTvUKB0URQ00NY-117" parent="1" style="text;html=1;whiteSpace=wrap;strokeColor=none;fillColor=none;align=center;verticalAlign=middle;rounded=0;" value="Tak" vertex="1">
          <mxGeometry height="30" width="60" x="510" y="350" as="geometry" />
        </mxCell>
        <mxCell id="zzqq1YDTvUKB0URQ00NY-120" parent="1" style="text;html=1;whiteSpace=wrap;strokeColor=none;fillColor=none;align=center;verticalAlign=middle;rounded=0;" value="ponowienie próby" vertex="1">
          <mxGeometry height="30" width="95" x="555" y="160" as="geometry" />
        </mxCell>
        <mxCell id="zzqq1YDTvUKB0URQ00NY-128" edge="1" parent="1" source="zzqq1YDTvUKB0URQ00NY-47" style="edgeStyle=orthogonalEdgeStyle;rounded=0;orthogonalLoop=1;jettySize=auto;html=1;entryX=0.5;entryY=0;entryDx=0;entryDy=0;" target="zzqq1YDTvUKB0URQ00NY-65">
          <mxGeometry relative="1" as="geometry" />
        </mxCell>
        <mxCell id="zzqq1YDTvUKB0URQ00NY-129" edge="1" parent="1" source="zzqq1YDTvUKB0URQ00NY-96" style="edgeStyle=orthogonalEdgeStyle;rounded=0;orthogonalLoop=1;jettySize=auto;html=1;" target="zzqq1YDTvUKB0URQ00NY-82" value="">
          <mxGeometry relative="1" as="geometry" />
        </mxCell>
        <mxCell id="zzqq1YDTvUKB0URQ00NY-73" parent="1" style="rounded=1;whiteSpace=wrap;html=1;fillColor=none;" value="" vertex="1">
          <mxGeometry height="100" width="370" x="680" y="560" as="geometry" />
        </mxCell>
        <mxCell id="zzqq1YDTvUKB0URQ00NY-133" connectable="0" parent="1" style="group" value="" vertex="1">
          <mxGeometry height="95" width="501.9999999999999" x="659.0021739130435" y="560" as="geometry" />
        </mxCell>
        <mxCell id="zzqq1YDTvUKB0URQ00NY-74" connectable="0" parent="zzqq1YDTvUKB0URQ00NY-133" style="group" value="" vertex="1">
          <mxGeometry height="95" width="470" x="32" as="geometry" />
        </mxCell>
        <mxCell id="zzqq1YDTvUKB0URQ00NY-75" parent="zzqq1YDTvUKB0URQ00NY-74" style="html=1;shadow=0;dashed=0;align=center;verticalAlign=middle;shape=mxgraph.arrows2.arrow;dy=0;dx=10;notch=10;" value="" vertex="1">
          <mxGeometry height="60" width="117.17391304347828" y="30" as="geometry" />
        </mxCell>
        <mxCell id="zzqq1YDTvUKB0URQ00NY-76" parent="zzqq1YDTvUKB0URQ00NY-74" style="text;whiteSpace=wrap;html=1;" value="&lt;div style=&quot;font-size: 12.000001px; text-align: center;&quot;&gt;&lt;span style=&quot;text-wrap-mode: nowrap;&quot;&gt;&lt;font style=&quot;font-size: 11px;&quot;&gt;&lt;br&gt;&lt;/font&gt;&lt;/span&gt;&lt;/div&gt;&lt;div style=&quot;font-size: 12.000001px; text-align: center;&quot;&gt;&lt;span style=&quot;text-wrap-mode: nowrap;&quot;&gt;&lt;font style=&quot;font-size: 11px;&quot;&gt;ustawienie&amp;nbsp;&lt;/font&gt;&lt;/span&gt;&lt;/div&gt;&lt;div style=&quot;font-size: 12.000001px; text-align: center;&quot;&gt;&lt;span style=&quot;text-wrap-mode: nowrap;&quot;&gt;&lt;font style=&quot;font-size: 11px;&quot;&gt;pinów&lt;/font&gt;&lt;/span&gt;&lt;/div&gt;&lt;div style=&quot;font-size: 12.000001px; text-align: center;&quot;&gt;&lt;span style=&quot;text-wrap-mode: nowrap;&quot;&gt;&lt;font style=&quot;font-size: 11px;&quot;&gt;&amp;nbsp;sterujących&amp;nbsp;&lt;/font&gt;&lt;/span&gt;&lt;/div&gt;&lt;div style=&quot;font-size: 12.000001px; text-align: center;&quot;&gt;&lt;span style=&quot;font-size: 11px; text-wrap-mode: nowrap;&quot;&gt;ESP32 -&amp;gt; A7670&lt;/span&gt;&lt;/div&gt;&lt;div&gt;&lt;span style=&quot;font-size: 11px; text-wrap-mode: nowrap;&quot;&gt;&lt;br&gt;&lt;/span&gt;&lt;/div&gt;" vertex="1">
          <mxGeometry height="80" width="97.17" x="20" y="10" as="geometry" />
        </mxCell>
        <mxCell id="zzqq1YDTvUKB0URQ00NY-77" parent="zzqq1YDTvUKB0URQ00NY-74" style="html=1;shadow=0;dashed=0;align=center;verticalAlign=middle;shape=mxgraph.arrows2.arrow;dy=0;dx=10;notch=10;" value="" vertex="1">
          <mxGeometry height="60" width="117.17391304347828" x="117.17391304347828" y="30" as="geometry" />
        </mxCell>
        <mxCell id="zzqq1YDTvUKB0URQ00NY-78" parent="zzqq1YDTvUKB0URQ00NY-74" style="text;whiteSpace=wrap;html=1;align=center;" value="&lt;div style=&quot;&quot;&gt;&lt;span style=&quot;caret-color: rgb(0, 0, 0); text-wrap-mode: nowrap;&quot;&gt;&lt;font style=&quot;font-size: 11px;&quot;&gt;wyłączenie&lt;/font&gt;&lt;/span&gt;&lt;/div&gt;&lt;div style=&quot;&quot;&gt;&lt;span style=&quot;caret-color: rgb(0, 0, 0); text-wrap-mode: nowrap;&quot;&gt;&lt;font style=&quot;font-size: 11px;&quot;&gt;funkcyjne&lt;/font&gt;&lt;/span&gt;&lt;/div&gt;&lt;div style=&quot;&quot;&gt;&lt;font style=&quot;font-size: 9px;&quot;&gt;&lt;span style=&quot;text-wrap-mode: nowrap;&quot;&gt;(wyłączenie&amp;nbsp;&lt;/span&gt;&lt;span style=&quot;white-space: nowrap;&quot;&gt;przez&amp;nbsp;&lt;/span&gt;&lt;/font&gt;&lt;/div&gt;&lt;div style=&quot;&quot;&gt;&lt;span style=&quot;white-space: nowrap;&quot;&gt;&lt;font style=&quot;font-size: 9px;&quot;&gt;&lt;font&gt;PWRKEY&lt;/font&gt;&lt;font&gt; przy awarii)&amp;nbsp;&lt;/font&gt;&lt;/font&gt;&lt;/span&gt;&lt;/div&gt;" vertex="1">
          <mxGeometry height="70" width="120" x="120" y="25" as="geometry" />
        </mxCell>
        <mxCell id="zzqq1YDTvUKB0URQ00NY-79" parent="zzqq1YDTvUKB0URQ00NY-74" style="html=1;shadow=0;dashed=0;align=center;verticalAlign=middle;shape=mxgraph.arrows2.arrow;dy=0;dx=8.34;notch=10;" value="" vertex="1">
          <mxGeometry height="60" width="117.17391304347828" x="234.34782608695656" y="30" as="geometry" />
        </mxCell>
        <mxCell id="zzqq1YDTvUKB0URQ00NY-80" parent="zzqq1YDTvUKB0URQ00NY-74" style="text;whiteSpace=wrap;html=1;align=center;fontSize=11;" value="&lt;span style=&quot;text-wrap-mode: nowrap;&quot;&gt;&lt;font&gt;test komunikacji&amp;nbsp;&lt;/font&gt;&lt;/span&gt;&lt;span style=&quot;white-space: nowrap;&quot;&gt;AT&lt;/span&gt;&lt;div&gt;&lt;font style=&quot;font-size: 9px;&quot;&gt;&lt;span style=&quot;white-space: nowrap;&quot;&gt;(wyłączenie&amp;nbsp;&lt;/span&gt;&lt;span style=&quot;white-space: nowrap;&quot;&gt;przez&amp;nbsp;&lt;/span&gt;&lt;/font&gt;&lt;/div&gt;&lt;div&gt;&lt;span style=&quot;white-space: nowrap;&quot;&gt;&lt;font style=&quot;font-size: 9px;&quot;&gt;&lt;font&gt;PWRKEY&lt;/font&gt;&lt;font&gt;&amp;nbsp;&lt;/font&gt;&lt;/font&gt;&lt;/span&gt;&lt;/div&gt;&lt;div&gt;&lt;span style=&quot;white-space: nowrap;&quot;&gt;&lt;font&gt;&lt;font style=&quot;font-size: 9px;&quot;&gt;przy awarii)&amp;nbsp;&lt;/font&gt;&lt;/font&gt;&lt;/span&gt;&lt;/div&gt;" vertex="1">
          <mxGeometry height="60" width="110" x="240" y="30" as="geometry" />
        </mxCell>
        <mxCell id="zzqq1YDTvUKB0URQ00NY-82" parent="zzqq1YDTvUKB0URQ00NY-133" style="text;whiteSpace=wrap;html=1;align=center;" value="&lt;div style=&quot;&quot;&gt;&lt;span style=&quot;&quot;&gt;&lt;b&gt;&lt;font style=&quot;font-size: 15px;&quot;&gt;Wyłączenie modemu&lt;/font&gt;&lt;/b&gt;&lt;/span&gt;&lt;br&gt;&lt;/div&gt;" vertex="1">
          <mxGeometry height="50" width="470" as="geometry" />
        </mxCell>
      </root>
    </mxGraphModel>
  </diagram>
</mxfile>
